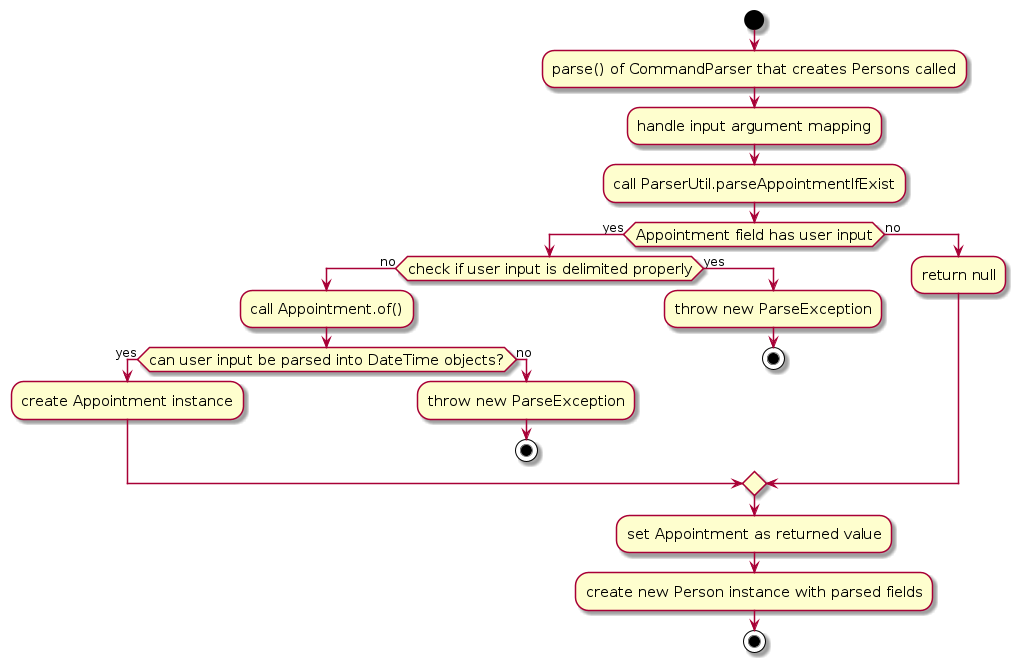
The PlantUML diagram diagrams/AppointmentActivity0.png in AY2324S1-CS2103T-T14-3/tp, before a commit. Its source is kept beside it as diagrams/AppointmentActivity0.puml.
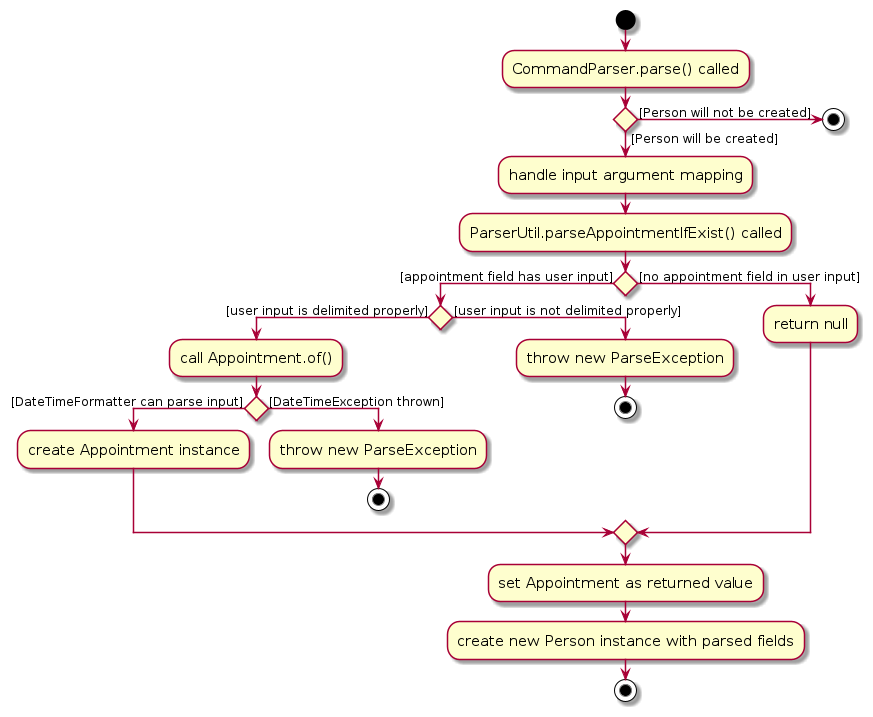
Later version of the same file.

What changed in the source:
```diff
@@ -4,27 +4,31 @@
 skinparam ArrowFontSize 12
 
 start
-:parse() of CommandParser that creates Persons called;
+:CommandParser.parse() called;
+if () then ([Person will be created])
 :handle input argument mapping;
-:call ParserUtil.parseAppointmentIfExist;
-if (Appointment field has user input) then (yes)
-    if (check if user input is delimited properly) then (no)
+:ParserUtil.parseAppointmentIfExist() called;
+if () then ([appointment field has user input])
+    if () then ([user input is delimited properly])
         :call Appointment.of();
-        if (can user input be parsed into DateTime objects?) then (yes)
+        if () then ([DateTimeFormatter can parse input])
             :create Appointment instance;
-        else (no)
+        else ([DateTimeException thrown])
             :throw new ParseException;
             stop
         endif
-    else (yes)
+    else ([user input is not delimited properly])
         :throw new ParseException;
         stop
     endif
-else (no)
+else ([no appointment field in user input])
     :return null;
 endif
 :set Appointment as returned value;
 :create new Person instance with parsed fields;
 stop
 
+else ([Person will not be created])
+stop
+
 @enduml
```
